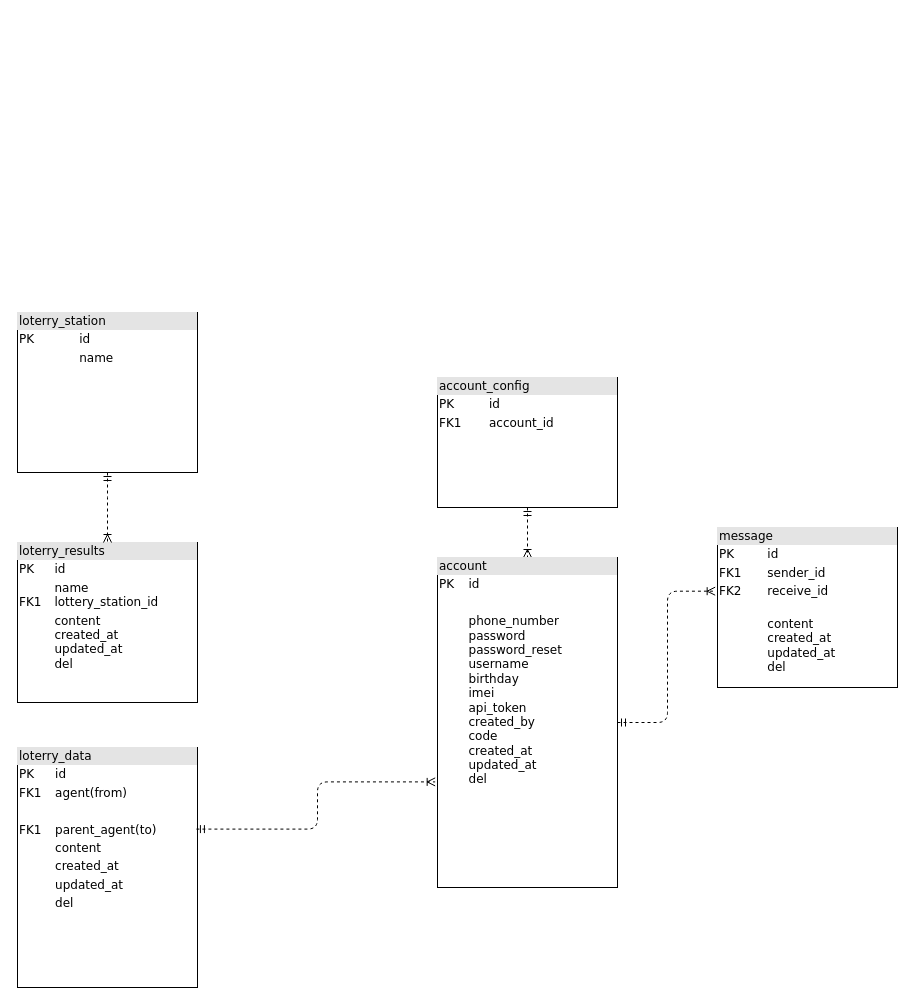
RichardNTran/workshare keeps this draw.io diagram as page "Database Structure" (1 of 2) of Untitled Diagram.drawio. Above is the earlier version. Source tidied: cells renumbered, new cells numbered last; positions are measured from the earlier drawing's top-left corner, leaving out a move shared by most shapes. Both pictures are drawn from the tidied source at 100%, with x=0, y=0 at pixel (17, 312).
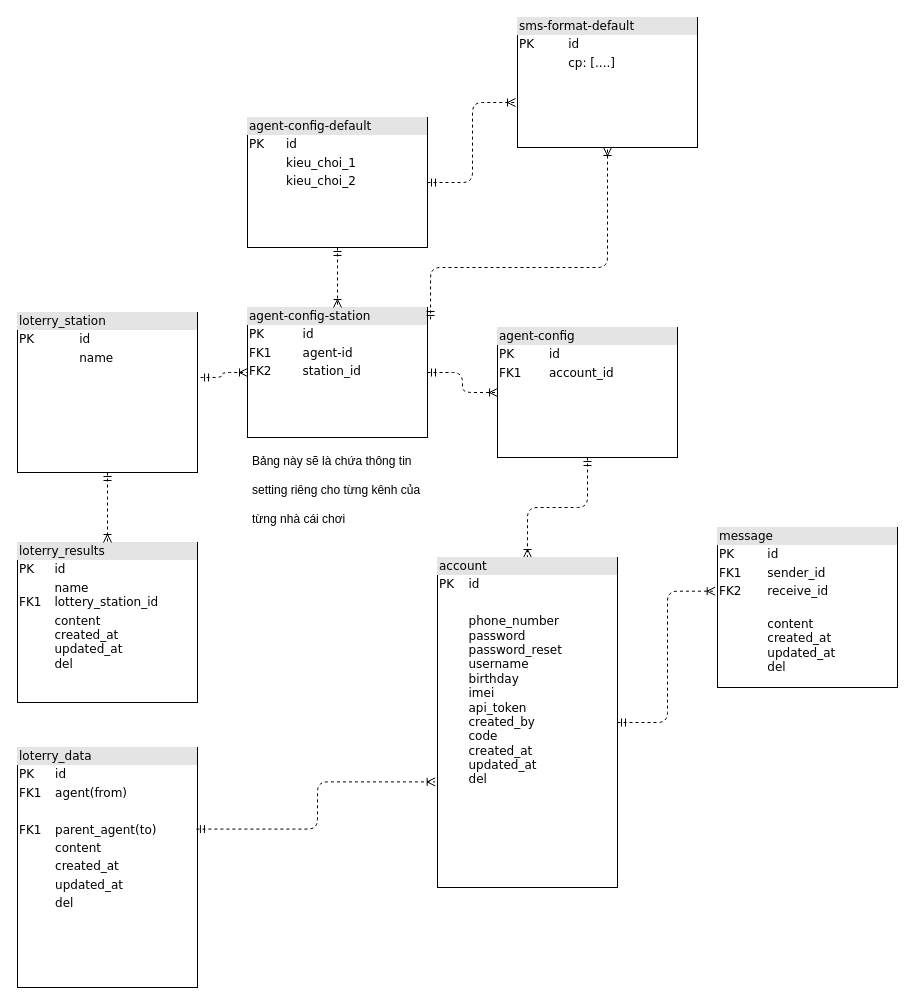
After the change.

The change refers to these unchanged cells:
```xml
<mxCell id="7" value="&lt;div style=&quot;box-sizing: border-box ; width: 100% ; background: #e4e4e4 ; padding: 2px&quot;&gt;loterry_station&lt;/div&gt;&lt;table style=&quot;width: 100% ; font-size: 1em&quot; cellpadding=&quot;2&quot; cellspacing=&quot;0&quot;&gt;&lt;tbody&gt;&lt;tr&gt;&lt;td&gt;PK&lt;/td&gt;&lt;td&gt;id&lt;/td&gt;&lt;/tr&gt;&lt;tr&gt;&lt;td&gt;&lt;/td&gt;&lt;td&gt;name&lt;br&gt;&lt;br&gt;&lt;/td&gt;&lt;/tr&gt;&lt;tr&gt;&lt;td&gt;&lt;/td&gt;&lt;td&gt;&lt;br&gt;&lt;br&gt;&lt;br&gt;&lt;/td&gt;&lt;/tr&gt;&lt;/tbody&gt;&lt;/table&gt;" style="verticalAlign=top;align=left;overflow=fill;html=1;rounded=0;shadow=0;comic=0;labelBackgroundColor=none;strokeWidth=1;fontFamily=Verdana;fontSize=12;" parent="1" vertex="1">
  <mxGeometry width="180" height="160" as="geometry" />
</mxCell>
```

The edit, as a diff of the source:
```diff
@@
-    <mxCell id="3" value="&lt;div style=&quot;box-sizing: border-box ; width: 100% ; background: #e4e4e4 ; padding: 2px&quot;&gt;account_config&lt;/div&gt;&lt;table style=&quot;width: 100% ; font-size: 1em&quot; cellpadding=&quot;2&quot; cellspacing=&quot;0&quot;&gt;&lt;tbody&gt;&lt;tr&gt;&lt;td&gt;PK&lt;/td&gt;&lt;td&gt;id&lt;/td&gt;&lt;/tr&gt;&lt;tr&gt;&lt;td&gt;FK1&lt;/td&gt;&lt;td&gt;account_id&lt;/td&gt;&lt;/tr&gt;&lt;tr&gt;&lt;td&gt;&lt;/td&gt;&lt;td&gt;&lt;/td&gt;&lt;/tr&gt;&lt;/tbody&gt;&lt;/table&gt;" style="verticalAlign=top;align=left;overflow=fill;html=1;rounded=0;shadow=0;comic=0;labelBackgroundColor=none;strokeWidth=1;fontFamily=Verdana;fontSize=12;" parent="1" vertex="1">
-      <mxGeometry x="420" y="65" width="180" height="130" as="geometry" />
+    <mxCell id="3" value="&lt;div style=&quot;box-sizing: border-box ; width: 100% ; background: #e4e4e4 ; padding: 2px&quot;&gt;agent-config&lt;/div&gt;&lt;table style=&quot;width: 100% ; font-size: 1em&quot; cellpadding=&quot;2&quot; cellspacing=&quot;0&quot;&gt;&lt;tbody&gt;&lt;tr&gt;&lt;td&gt;PK&lt;/td&gt;&lt;td&gt;id&lt;/td&gt;&lt;/tr&gt;&lt;tr&gt;&lt;td&gt;FK1&lt;/td&gt;&lt;td&gt;account_id&lt;/td&gt;&lt;/tr&gt;&lt;tr&gt;&lt;td&gt;&lt;/td&gt;&lt;td&gt;&lt;/td&gt;&lt;/tr&gt;&lt;/tbody&gt;&lt;/table&gt;" style="verticalAlign=top;align=left;overflow=fill;html=1;rounded=0;shadow=0;comic=0;labelBackgroundColor=none;strokeWidth=1;fontFamily=Verdana;fontSize=12;" parent="1" vertex="1">
+      <mxGeometry x="480" y="15" width="180" height="130" as="geometry" />
     </mxCell>
@@
+    <mxCell id="12" value="&lt;div style=&quot;box-sizing: border-box ; width: 100% ; background: #e4e4e4 ; padding: 2px&quot;&gt;agent-config-station&lt;/div&gt;&lt;table style=&quot;width: 100% ; font-size: 1em&quot; cellpadding=&quot;2&quot; cellspacing=&quot;0&quot;&gt;&lt;tbody&gt;&lt;tr&gt;&lt;td&gt;PK&lt;/td&gt;&lt;td&gt;id&lt;/td&gt;&lt;/tr&gt;&lt;tr&gt;&lt;td&gt;FK1&lt;/td&gt;&lt;td&gt;agent-id&lt;br&gt;&lt;/td&gt;&lt;/tr&gt;&lt;tr&gt;&lt;td&gt;FK2&lt;/td&gt;&lt;td&gt;station_id&lt;/td&gt;&lt;/tr&gt;&lt;/tbody&gt;&lt;/table&gt;" style="verticalAlign=top;align=left;overflow=fill;html=1;rounded=0;shadow=0;comic=0;labelBackgroundColor=none;strokeWidth=1;fontFamily=Verdana;fontSize=12;" parent="1" vertex="1">
+      <mxGeometry x="230" y="-5" width="180" height="130" as="geometry" />
+    </mxCell>
+    <mxCell id="13" value="&lt;div style=&quot;box-sizing: border-box ; width: 100% ; background: #e4e4e4 ; padding: 2px&quot;&gt;agent-config-default&lt;/div&gt;&lt;table style=&quot;width: 100% ; font-size: 1em&quot; cellpadding=&quot;2&quot; cellspacing=&quot;0&quot;&gt;&lt;tbody&gt;&lt;tr&gt;&lt;td&gt;PK&lt;/td&gt;&lt;td&gt;id&lt;/td&gt;&lt;/tr&gt;&lt;tr&gt;&lt;td&gt;&lt;br&gt;&lt;/td&gt;&lt;td&gt;kieu_choi_1&lt;/td&gt;&lt;/tr&gt;&lt;tr&gt;&lt;td&gt;&lt;/td&gt;&lt;td&gt;kieu_choi_2&lt;/td&gt;&lt;/tr&gt;&lt;/tbody&gt;&lt;/table&gt;" style="verticalAlign=top;align=left;overflow=fill;html=1;rounded=0;shadow=0;comic=0;labelBackgroundColor=none;strokeWidth=1;fontFamily=Verdana;fontSize=12;" parent="1" vertex="1">
+      <mxGeometry x="230" y="-195" width="180" height="130" as="geometry" />
+    </mxCell>
+    <mxCell id="14" style="edgeStyle=orthogonalEdgeStyle;html=1;labelBackgroundColor=none;startArrow=ERmandOne;endArrow=ERoneToMany;fontFamily=Verdana;fontSize=12;align=left;dashed=1;exitX=0.5;exitY=1;exitDx=0;exitDy=0;" parent="1" edge="1" source="13">
+      <mxGeometry relative="1" as="geometry">
+        <mxPoint x="320" y="-5" as="targetPoint" />
+      </mxGeometry>
+    </mxCell>
+    <mxCell id="15" style="edgeStyle=orthogonalEdgeStyle;html=1;labelBackgroundColor=none;startArrow=ERmandOne;endArrow=ERoneToMany;fontFamily=Verdana;fontSize=12;align=left;dashed=1;exitX=1.017;exitY=0.406;exitDx=0;exitDy=0;exitPerimeter=0;entryX=0;entryY=0.5;entryDx=0;entryDy=0;" parent="1" edge="1" source="7" target="12">
+      <mxGeometry relative="1" as="geometry" />
+    </mxCell>
+    <mxCell id="16" style="edgeStyle=orthogonalEdgeStyle;html=1;labelBackgroundColor=none;startArrow=ERmandOne;endArrow=ERoneToMany;fontFamily=Verdana;fontSize=12;align=left;dashed=1;exitX=1;exitY=0.5;exitDx=0;exitDy=0;entryX=0;entryY=0.5;entryDx=0;entryDy=0;" parent="1" edge="1" source="12" target="3">
+      <mxGeometry relative="1" as="geometry" />
+    </mxCell>
+    <mxCell id="17" value="&lt;h1&gt;&lt;span style=&quot;font-size: 12px ; font-weight: 400&quot;&gt;Bảng này sẽ là chứa thông tin setting riêng cho từng kênh của từng nhà cái chơi&lt;/span&gt;&lt;/h1&gt;" style="text;html=1;strokeColor=none;fillColor=none;spacing=5;spacingTop=-20;whiteSpace=wrap;overflow=hidden;rounded=0;" parent="1" vertex="1">
+      <mxGeometry x="230" y="125" width="190" height="100" as="geometry" />
+    </mxCell>
+    <mxCell id="18" value="&lt;div style=&quot;box-sizing: border-box ; width: 100% ; background: #e4e4e4 ; padding: 2px&quot;&gt;sms-format-default&lt;/div&gt;&lt;table style=&quot;width: 100% ; font-size: 1em&quot; cellpadding=&quot;2&quot; cellspacing=&quot;0&quot;&gt;&lt;tbody&gt;&lt;tr&gt;&lt;td&gt;PK&lt;/td&gt;&lt;td&gt;id&lt;/td&gt;&lt;/tr&gt;&lt;tr&gt;&lt;td&gt;&lt;br&gt;&lt;/td&gt;&lt;td&gt;cp: [....]&lt;/td&gt;&lt;/tr&gt;&lt;tr&gt;&lt;td&gt;&lt;/td&gt;&lt;td&gt;&lt;br&gt;&lt;/td&gt;&lt;/tr&gt;&lt;/tbody&gt;&lt;/table&gt;" style="verticalAlign=top;align=left;overflow=fill;html=1;rounded=0;shadow=0;comic=0;labelBackgroundColor=none;strokeWidth=1;fontFamily=Verdana;fontSize=12;" parent="1" vertex="1">
+      <mxGeometry x="500" y="-295" width="180" height="130" as="geometry" />
+    </mxCell>
+    <mxCell id="19" style="edgeStyle=orthogonalEdgeStyle;html=1;labelBackgroundColor=none;startArrow=ERmandOne;endArrow=ERoneToMany;fontFamily=Verdana;fontSize=12;align=left;dashed=1;exitX=1;exitY=0.5;exitDx=0;exitDy=0;entryX=-0.011;entryY=0.654;entryDx=0;entryDy=0;entryPerimeter=0;" parent="1" edge="1" source="13" target="18">
+      <mxGeometry relative="1" as="geometry" />
+    </mxCell>
+    <mxCell id="20" style="edgeStyle=orthogonalEdgeStyle;html=1;labelBackgroundColor=none;startArrow=ERmandOne;endArrow=ERoneToMany;fontFamily=Verdana;fontSize=12;align=left;dashed=1;exitX=1.017;exitY=0.092;exitDx=0;exitDy=0;entryX=0.5;entryY=1;entryDx=0;entryDy=0;exitPerimeter=0;" parent="1" edge="1" source="12" target="18">
+      <mxGeometry relative="1" as="geometry">
+        <Array as="points">
+          <mxPoint x="413" y="-45" />
+          <mxPoint x="590" y="-45" />
+        </Array>
+      </mxGeometry>
+    </mxCell>
```
